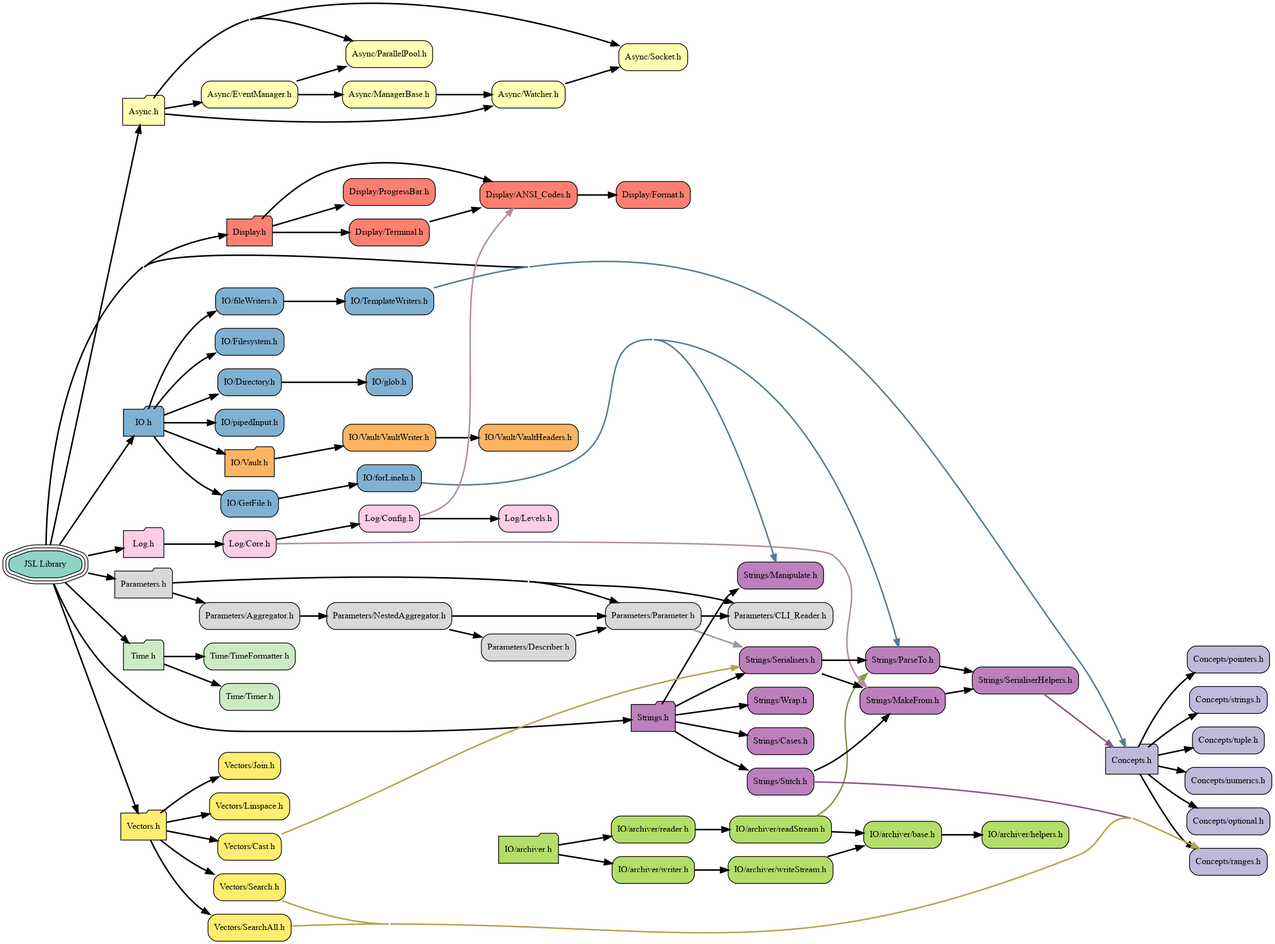
Before: docs/visualiser/heirarchy.png, a diagram exported from Graphviz (DrFraserGovil/JSL). Its source is kept beside it as docs/visualiser/heirarchy.dot.
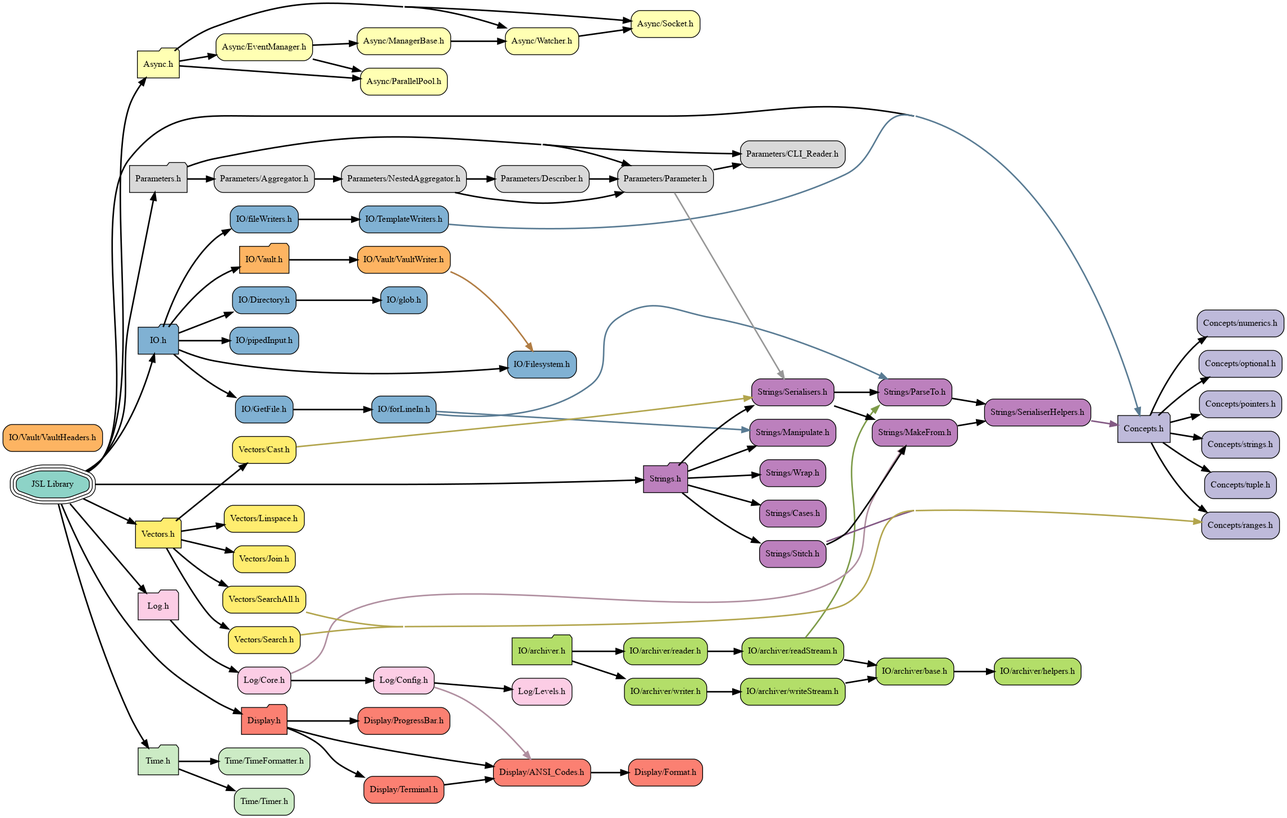
After the change.

Diff of the diagram source:
```diff
@@ -74,15 +74,15 @@
 	node[fillcolor="#ffed6f", style="rounded,filled", shape=box, color="black"] "Vectors/Linspace.h"              [label="Vectors/Linspace.h"]
 	node[fillcolor="#ffed6f", style="rounded,filled", shape=box, color="black"] "Vectors/Search.h"                [label="Vectors/Search.h"]
 	node[fillcolor="#ffed6f", style="rounded,filled", shape=box, color="black"] "Vectors/SearchAll.h"             [label="Vectors/SearchAll.h"]
+	"JSL.h"                           -> "Strings.h"[weight=10,penwidth=2]
 	"JSL.h"                           -> "IO.h"[weight=10,penwidth=2]
-	"JSL.h"                           -> "Strings.h"[weight=10,penwidth=2]
+	"JSL.h"                           -> "Log.h"[weight=10,penwidth=2]
+	"JSL.h"                           -> "Time.h"[weight=10,penwidth=2]
 	"JSL.h"                           -> "Async.h"[weight=10,penwidth=2]
-	"JSL.h"                           -> "Log.h"[weight=10,penwidth=2]
 	"JSL.h"                           -> "Concepts.h"[weight=10,penwidth=2]
 	"JSL.h"                           -> "Display.h"[weight=10,penwidth=2]
+	"JSL.h"                           -> "Vectors.h"[weight=10,penwidth=2]
 	"JSL.h"                           -> "Parameters.h"[weight=10,penwidth=2]
-	"JSL.h"                           -> "Vectors.h"[weight=10,penwidth=2]
-	"JSL.h"                           -> "Time.h"[weight=10,penwidth=2]
 	"Async.h"                         -> "Async/Socket.h"[weight=10,penwidth=2]
 	"Async.h"                         -> "Async/Watcher.h"[weight=10,penwidth=2]
 	"Async.h"                         -> "Async/EventManager.h"[weight=10,penwidth=2]
@@ -92,27 +92,27 @@
 	"Async/ManagerBase.h"             -> "Async/Watcher.h"[weight=10,penwidth=2]
 	"Async/Watcher.h"                 -> "Async/Socket.h"[weight=10,penwidth=2]
 	"Concepts.h"                      -> "Concepts/ranges.h"[weight=10,penwidth=2]
+	"Concepts.h"                      -> "Concepts/strings.h"[weight=10,penwidth=2]
+	"Concepts.h"                      -> "Concepts/numerics.h"[weight=10,penwidth=2]
+	"Concepts.h"                      -> "Concepts/pointers.h"[weight=10,penwidth=2]
 	"Concepts.h"                      -> "Concepts/optional.h"[weight=10,penwidth=2]
-	"Concepts.h"                      -> "Concepts/numerics.h"[weight=10,penwidth=2]
-	"Concepts.h"                      -> "Concepts/strings.h"[weight=10,penwidth=2]
-	"Concepts.h"                      -> "Concepts/pointers.h"[weight=10,penwidth=2]
 	"Concepts.h"                      -> "Concepts/tuple.h"[weight=10,penwidth=2]
-	"Display.h"                       -> "Display/ProgressBar.h"[weight=10,penwidth=2]
 	"Display.h"                       -> "Display/Terminal.h"[weight=10,penwidth=2]
 	"Display.h"                       -> "Display/ANSI_Codes.h"[weight=10,penwidth=2]
+	"Display.h"                       -> "Display/ProgressBar.h"[weight=10,penwidth=2]
 	"Display/ANSI_Codes.h"            -> "Display/Format.h"[weight=10,penwidth=2]
 	"Display/Terminal.h"              -> "Display/ANSI_Codes.h"[weight=10,penwidth=2]
-	"IO.h"                            -> "IO/Filesystem.h"[weight=10,penwidth=2]
-	"IO.h"                            -> "IO/pipedInput.h"[weight=10,penwidth=2]
-	"IO.h"                            -> "IO/GetFile.h"[weight=10,penwidth=2]
 	"IO.h"                            -> "IO/Directory.h"[weight=10,penwidth=2]
 	"IO.h"                            -> "IO/fileWriters.h"[weight=10,penwidth=2]
+	"IO.h"                            -> "IO/Filesystem.h"[weight=10,penwidth=2]
+	"IO.h"                            -> "IO/GetFile.h"[weight=10,penwidth=2]
+	"IO.h"                            -> "IO/pipedInput.h"[weight=10,penwidth=2]
 	"IO.h"                            -> "IO/Vault.h"[weight=10,penwidth=2]
 	"IO/Directory.h"                  -> "IO/glob.h"[weight=10,penwidth=2]
 	"IO/GetFile.h"                    -> "IO/forLineIn.h"[weight=10,penwidth=2]
 	"IO/TemplateWriters.h"            -> "Concepts.h"[weight=0,penwidth=2,color="#597b93"]
 	"IO/Vault.h"                      -> "IO/Vault/VaultWriter.h"[weight=10,penwidth=2]
-	"IO/Vault/VaultWriter.h"          -> "IO/Vault/VaultHeaders.h"[weight=10,penwidth=2]
+	"IO/Vault/VaultWriter.h"          -> "IO/Filesystem.h"[weight=0,penwidth=2,color="#b17d44"]
 	"IO/archiver.h"                   -> "IO/archiver/writer.h"[weight=10,penwidth=2]
 	"IO/archiver.h"                   -> "IO/archiver/reader.h"[weight=10,penwidth=2]
 	"IO/archiver/base.h"              -> "IO/archiver/helpers.h"[weight=10,penwidth=2]
@@ -122,8 +122,8 @@
 	"IO/archiver/writeStream.h"       -> "IO/archiver/base.h"[weight=10,penwidth=2]
 	"IO/archiver/writer.h"            -> "IO/archiver/writeStream.h"[weight=10,penwidth=2]
 	"IO/fileWriters.h"                -> "IO/TemplateWriters.h"[weight=10,penwidth=2]
+	"IO/forLineIn.h"                  -> "Strings/Manipulate.h"[weight=0,penwidth=2,color="#597b93"]
 	"IO/forLineIn.h"                  -> "Strings/ParseTo.h"[weight=0,penwidth=2,color="#597b93"]
-	"IO/forLineIn.h"                  -> "Strings/Manipulate.h"[weight=0,penwidth=2,color="#597b93"]
 	"Log.h"                           -> "Log/Core.h"[weight=10,penwidth=2]
 	"Log/Config.h"                    -> "Log/Levels.h"[weight=10,penwidth=2]
 	"Log/Config.h"                    -> "Display/ANSI_Codes.h"[weight=0,penwidth=2,color="#b08fa0"]
```
